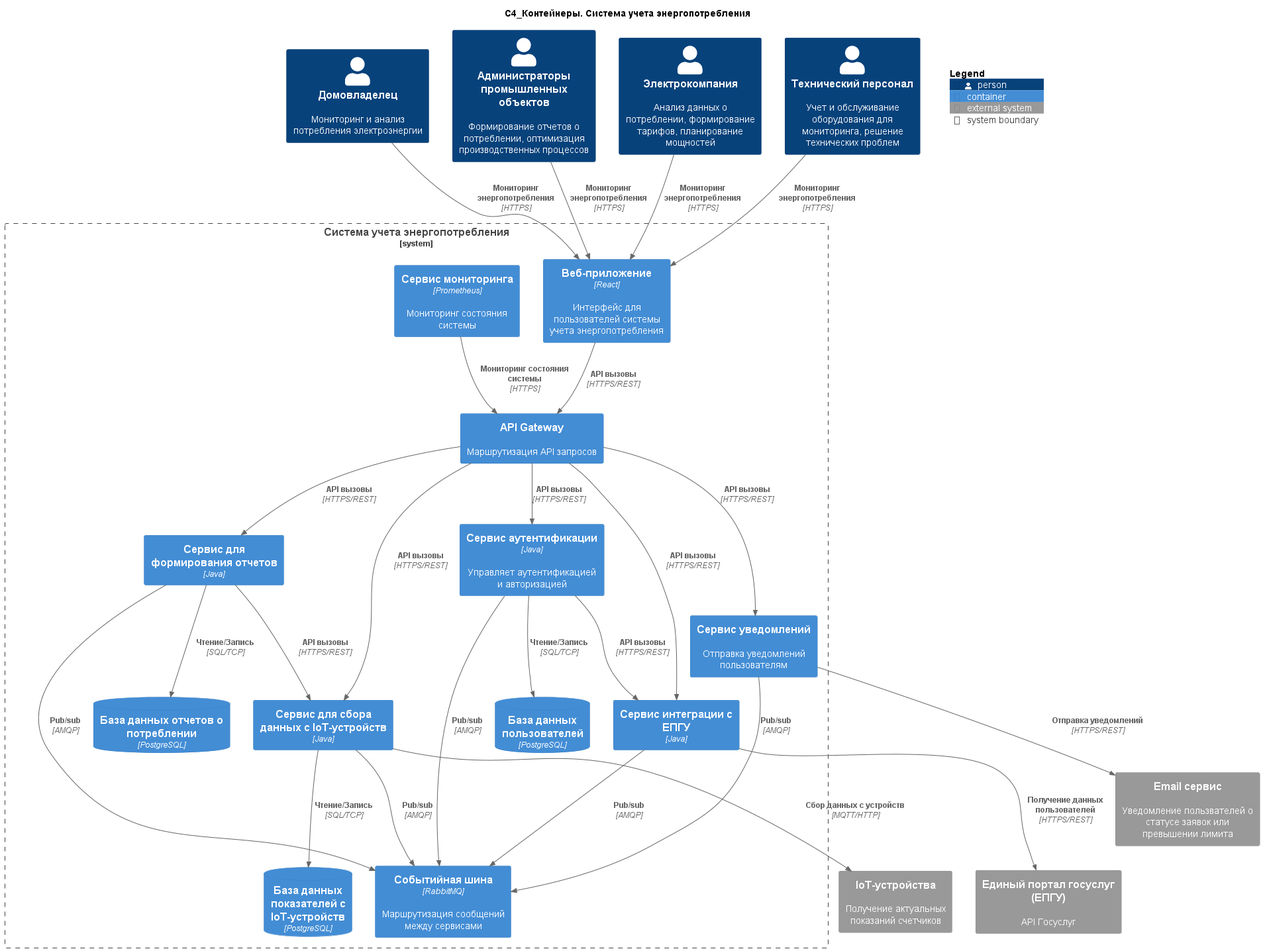
This is out/2. Технический проект/container/Диаграмма контейнеров.png from I1yaMatveev/SoftwareDevelopmentTechnology, a PlantUML export, as it was before one commit. Source of this version:
```plantuml
@startuml Диаграмма контейнеров
title "C4_Контейнеры. Система учета энергопотребления"
!include https://raw.githubusercontent.com/plantuml-stdlib/C4-PlantUML/master/C4_Container.puml

Person(homeowner, "Домовладелец", "Мониторинг и анализ потребления электроэнергии")
Person(industrialFacilityAministrator, "Администраторы промышленных объектов", "Формирование отчетов о потреблении, оптимизация производственных процессов")
Person(electricCompany, "Электрокомпания", "Анализ данных о потреблении, формирование тарифов, планирование мощностей")
Person(technicalStaff, "Технический персонал", "Учет и обслуживание оборудования для мониторинга, решение технических проблем")

System_Boundary(appBoundary, "Система учета энергопотребления") {
    Container(webApp, "Веб-приложение", "React", "Интерфейс для пользователей системы учета энергопотребления")
    Container(apiGateway, "API Gateway", "", "Маршрутизация API запросов")

    Container(authenticationService, "Сервис аутентификации", "Java", "Управляет аутентификацией и авторизацией")
    ContainerDb(authDB, "База данных пользователей", "PostgreSQL")

    Container(energyDataCollector, "Сервис для сбора данных с IoT-устройств", "Java")
    ContainerDb(energyDataCollectorDB, "База данных показателей с IoT-устройств", "PostgreSQL")

    Container(reportService, "Сервис для формирования отчетов", "Java")
    ContainerDb(reportDB, "База данных отчетов о потреблении", "PostgreSQL")

    Container(govPortalIntegrationService, "Сервис интеграции с ЕПГУ", "Java")

    Container(monitoringService, "Сервис мониторинга", "Prometheus", "Мониторинг состояния системы")

    Container(notificationService, "Сервис уведомлений", "", "Отправка уведомлений пользователям")

    Container(messageBroker, "Событийная шина", "RabbitMQ", "Маршрутизация сообщений между сервисами")
}

System_Ext(ioTDevices, "IoT-устройства", "Получение актуальных показаний счетчиков")
System_Ext(govAPI, "Единый портал госуслуг (ЕПГУ)", "API Госуслуг")
System_Ext(notificationServiceExt, "Email сервис", "Уведомление пользвателей о статусе заявок или превышении лимита")

Rel(homeowner, webApp, "Мониторинг энергопотребления", "HTTPS")
Rel(industrialFacilityAministrator, webApp, "Мониторинг энергопотребления", "HTTPS")
Rel(electricCompany, webApp, "Мониторинг энергопотребления", "HTTPS")
Rel(technicalStaff, webApp, "Мониторинг энергопотребления", "HTTPS")

Rel(monitoringService, apiGateway, "Мониторинг состояния системы", "HTTPS")

Rel(webApp, apiGateway, "API вызовы", "HTTPS/REST")

Rel(apiGateway, authenticationService, "API вызовы", "HTTPS/REST")
Rel(apiGateway, energyDataCollector, "API вызовы", "HTTPS/REST")
Rel(apiGateway, reportService, "API вызовы", "HTTPS/REST")
Rel(apiGateway, govPortalIntegrationService, "API вызовы", "HTTPS/REST")
Rel(apiGateway, notificationService, "API вызовы", "HTTPS/REST")

Rel(authenticationService, authDB, "Чтение/Запись", "SQL/TCP")
Rel(energyDataCollector, energyDataCollectorDB, "Чтение/Запись", "SQL/TCP")
Rel(reportService, reportDB, "Чтение/Запись", "SQL/TCP")

Rel(authenticationService, govPortalIntegrationService, "API вызовы", "HTTPS/REST")
Rel(reportService, energyDataCollector, "API вызовы", "HTTPS/REST")

Rel(govPortalIntegrationService, govAPI, "Получение данных пользователей", "HTTPS/REST")
Rel(energyDataCollector, ioTDevices, "Сбор данных с устройств", "MQTT/HTTP")
Rel(notificationService, notificationServiceExt, "Отправка уведомлений", "HTTPS/REST")

Rel(authenticationService, messageBroker, "Pub/sub", "AMQP")
Rel(energyDataCollector, messageBroker, "Pub/sub", "AMQP")
Rel(reportService, messageBroker, "Pub/sub", "AMQP")
Rel(govPortalIntegrationService, messageBroker, "Pub/sub", "AMQP")
Rel(notificationService, messageBroker, "Pub/sub", "AMQP")

SHOW_FLOATING_LEGEND()

@enduml
```
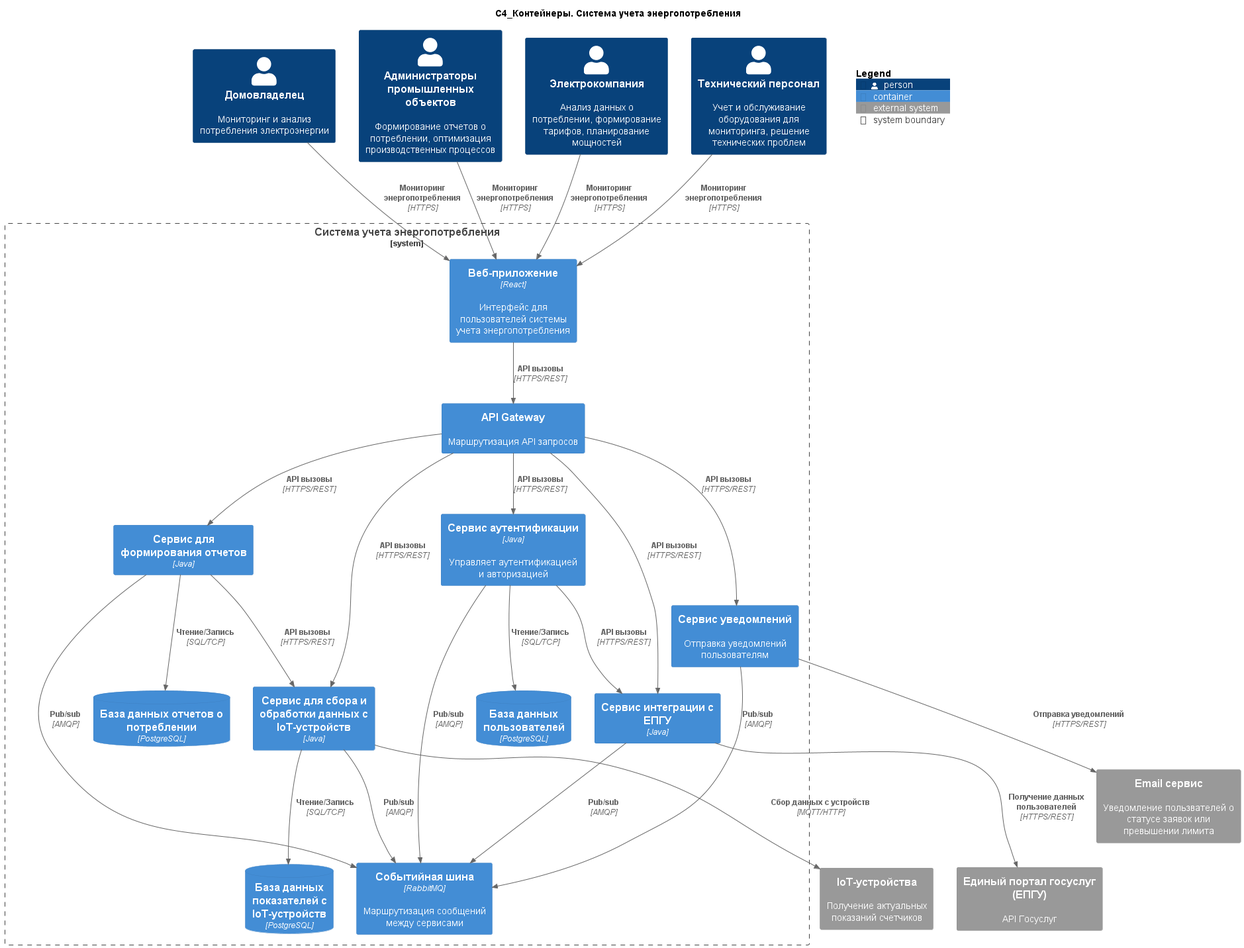
Later version of the same file.

Change to the diagram source:
```diff
@@ -14,15 +14,13 @@
     Container(authenticationService, "Сервис аутентификации", "Java", "Управляет аутентификацией и авторизацией")
     ContainerDb(authDB, "База данных пользователей", "PostgreSQL")
 
-    Container(energyDataCollector, "Сервис для сбора данных с IoT-устройств", "Java")
+    Container(energyDataCollector, "Сервис для сбора и обработки данных с IoT-устройств", "Java")
     ContainerDb(energyDataCollectorDB, "База данных показателей с IoT-устройств", "PostgreSQL")
 
     Container(reportService, "Сервис для формирования отчетов", "Java")
     ContainerDb(reportDB, "База данных отчетов о потреблении", "PostgreSQL")
 
     Container(govPortalIntegrationService, "Сервис интеграции с ЕПГУ", "Java")
-
-    Container(monitoringService, "Сервис мониторинга", "Prometheus", "Мониторинг состояния системы")
 
     Container(notificationService, "Сервис уведомлений", "", "Отправка уведомлений пользователям")
 
@@ -37,8 +35,6 @@
 Rel(industrialFacilityAministrator, webApp, "Мониторинг энергопотребления", "HTTPS")
 Rel(electricCompany, webApp, "Мониторинг энергопотребления", "HTTPS")
 Rel(technicalStaff, webApp, "Мониторинг энергопотребления", "HTTPS")
-
-Rel(monitoringService, apiGateway, "Мониторинг состояния системы", "HTTPS")
 
 Rel(webApp, apiGateway, "API вызовы", "HTTPS/REST")
 
```
